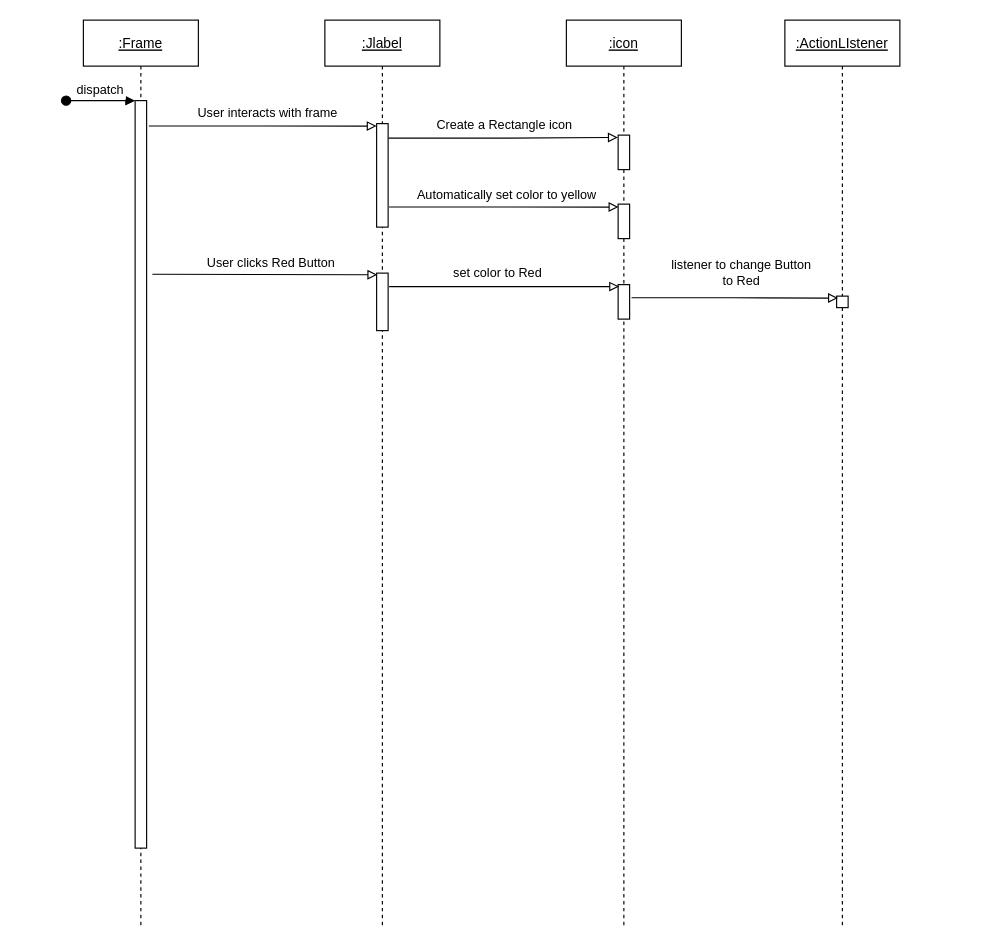
The draw.io diagram page "sequence_diagram" (2 of 2) of H3/diagrams/HW3_Q4.2_diagram.drawio in naye1443/2022_Fall_coding_assignments, before the edit. Source tidied: cells renumbered, new cells numbered last; positions are measured from the earlier drawing's top-left corner, leaving out a move shared by most shapes. Both pictures are drawn from the tidied source at 115%, with x=0, y=0 at pixel (66, 20).
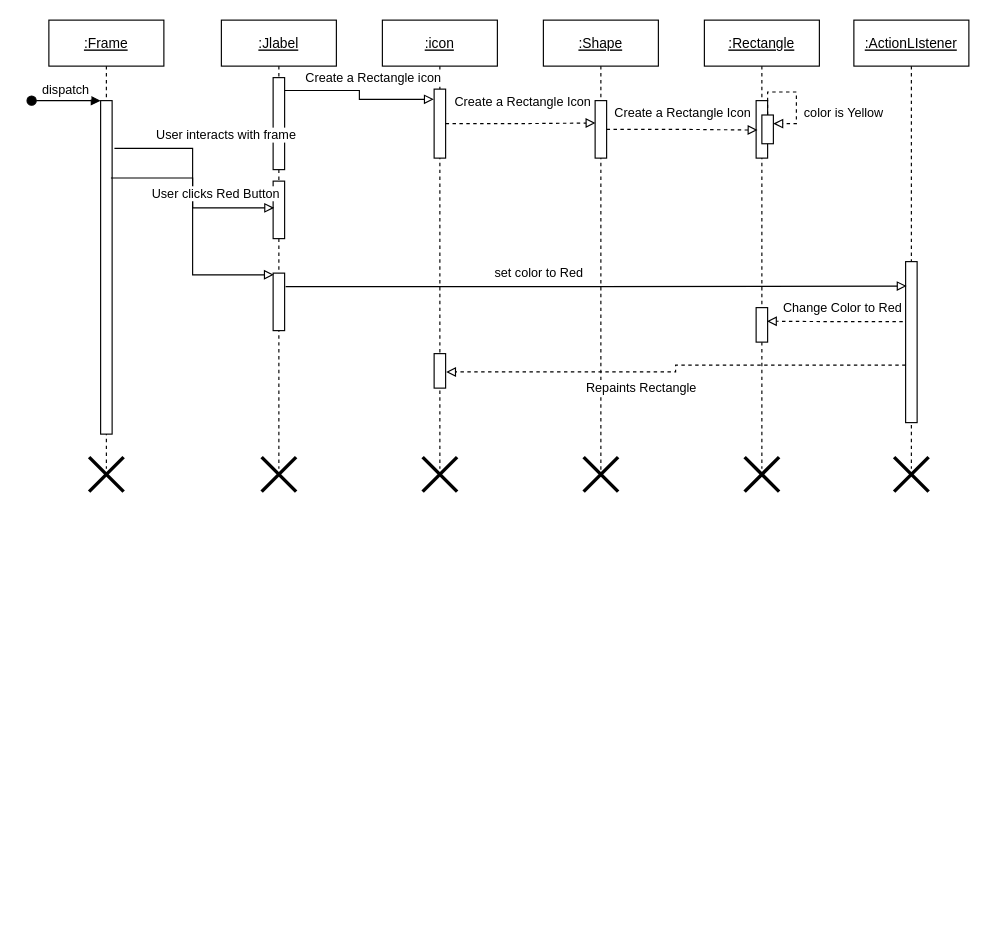
After the change.

Unchanged cells that the change refers to:
```xml
<mxCell id="7" style="points=[];perimeter=orthogonalPerimeter;rounded=0;shadow=0;strokeWidth=1;" parent="5" vertex="1">
  <mxGeometry x="45" y="220" width="10" height="50" as="geometry" />
</mxCell>
```

Change to the diagram source:
```diff
@@
     <mxCell id="2" value=":Frame" style="shape=umlLifeline;perimeter=lifelinePerimeter;rounded=0;shadow=0;strokeWidth=1;fontStyle=4;" parent="1" vertex="1">
-      <mxGeometry x="15" width="100" height="790" as="geometry" />
+      <mxGeometry x="-15" width="100" height="390" as="geometry" />
     </mxCell>
     <mxCell id="3" style="points=[];perimeter=orthogonalPerimeter;rounded=0;shadow=0;strokeWidth=1;" parent="2" vertex="1">
-      <mxGeometry x="45" y="70" width="10" height="650" as="geometry" />
+      <mxGeometry x="45" y="70" width="10" height="290" as="geometry" />
     </mxCell>
@@
     <mxCell id="5" value=":Jlabel" style="shape=umlLifeline;perimeter=lifelinePerimeter;rounded=0;shadow=0;strokeWidth=1;fontStyle=4;" parent="1" vertex="1">
-      <mxGeometry x="225" width="100" height="790" as="geometry" />
+      <mxGeometry x="135" width="100" height="390" as="geometry" />
     </mxCell>
     <mxCell id="6" style="points=[];perimeter=orthogonalPerimeter;rounded=0;shadow=0;strokeWidth=1;" parent="5" vertex="1">
-      <mxGeometry x="45" y="90" width="10" height="90" as="geometry" />
+      <mxGeometry x="45" y="50" width="10" height="80" as="geometry" />
     </mxCell>
@@
+    <mxCell id="26" style="points=[];perimeter=orthogonalPerimeter;rounded=0;shadow=0;strokeWidth=1;" parent="5" vertex="1">
+      <mxGeometry x="45" y="140" width="10" height="50" as="geometry" />
+    </mxCell>
     <mxCell id="8" value=":icon" style="shape=umlLifeline;perimeter=lifelinePerimeter;rounded=0;shadow=0;strokeWidth=1;fontStyle=4;" parent="1" vertex="1">
-      <mxGeometry x="435" width="100" height="790" as="geometry" />
+      <mxGeometry x="275" width="100" height="390" as="geometry" />
     </mxCell>
     <mxCell id="9" style="points=[];perimeter=orthogonalPerimeter;rounded=0;shadow=0;strokeWidth=1;" parent="8" vertex="1">
-      <mxGeometry x="45" y="100" width="10" height="30" as="geometry" />
+      <mxGeometry x="45" y="60" width="10" height="60" as="geometry" />
     </mxCell>
-    <mxCell id="10" style="points=[];perimeter=orthogonalPerimeter;rounded=0;shadow=0;strokeWidth=1;" parent="8" vertex="1">
-      <mxGeometry x="45" y="160" width="10" height="30" as="geometry" />
-    </mxCell>
     <mxCell id="11" style="points=[];perimeter=orthogonalPerimeter;rounded=0;shadow=0;strokeWidth=1;" parent="8" vertex="1">
-      <mxGeometry x="45" y="230" width="10" height="30" as="geometry" />
+      <mxGeometry x="45" y="290" width="10" height="30" as="geometry" />
     </mxCell>
     <mxCell id="12" value=":ActionLIstener" style="shape=umlLifeline;perimeter=lifelinePerimeter;rounded=0;shadow=0;strokeWidth=1;fontStyle=4;" parent="1" vertex="1">
-      <mxGeometry x="625" width="100" height="790" as="geometry" />
+      <mxGeometry x="685" width="100" height="390" as="geometry" />
     </mxCell>
     <mxCell id="13" style="points=[];perimeter=orthogonalPerimeter;rounded=0;shadow=0;strokeWidth=1;" parent="12" vertex="1">
-      <mxGeometry x="45" y="240" width="10" height="10" as="geometry" />
+      <mxGeometry x="45" y="210" width="10" height="140" as="geometry" />
     </mxCell>
-    <mxCell id="14" style="edgeStyle=orthogonalEdgeStyle;rounded=0;jettySize=auto;html=1;entryX=0;entryY=0.024;entryDx=0;entryDy=0;entryPerimeter=0;endArrow=block;endFill=0;exitX=1.2;exitY=0.034;exitDx=0;exitDy=0;exitPerimeter=0;" parent="1" edge="1" source="3" target="6">
+    <mxCell id="14" style="edgeStyle=orthogonalEdgeStyle;rounded=0;jettySize=auto;html=1;entryX=0.086;entryY=0.465;entryDx=0;entryDy=0;entryPerimeter=0;endArrow=block;endFill=0;exitX=1.2;exitY=0.143;exitDx=0;exitDy=0;exitPerimeter=0;" parent="1" edge="1" source="3" target="26">
       <mxGeometry relative="1" as="geometry" />
     </mxCell>
@@
-    <mxCell id="16" style="edgeStyle=orthogonalEdgeStyle;rounded=0;jettySize=auto;html=1;entryX=-0.029;entryY=0.067;entryDx=0;entryDy=0;entryPerimeter=0;endArrow=block;endFill=0;exitX=1.029;exitY=0.14;exitDx=0;exitDy=0;exitPerimeter=0;" parent="1" edge="1" source="6" target="9">
+    <mxCell id="16" style="edgeStyle=orthogonalEdgeStyle;rounded=0;jettySize=auto;html=1;entryX=-0.029;entryY=0.148;entryDx=0;entryDy=0;entryPerimeter=0;endArrow=block;endFill=0;exitX=1.029;exitY=0.14;exitDx=0;exitDy=0;exitPerimeter=0;" parent="1" edge="1" source="6" target="9">
       <mxGeometry relative="1" as="geometry" />
     </mxCell>
@@
-    <mxCell id="18" style="edgeStyle=orthogonalEdgeStyle;rounded=0;jettySize=auto;html=1;entryX=0.057;entryY=0.029;entryDx=0;entryDy=0;entryPerimeter=0;endArrow=block;endFill=0;" parent="1" edge="1" target="7">
-      <mxGeometry relative="1" as="geometry">
-        <mxPoint x="75" y="221" as="sourcePoint" />
-      </mxGeometry>
+    <mxCell id="18" style="edgeStyle=orthogonalEdgeStyle;rounded=0;jettySize=auto;html=1;entryX=0.057;entryY=0.029;entryDx=0;entryDy=0;entryPerimeter=0;endArrow=block;endFill=0;exitX=0.895;exitY=0.232;exitDx=0;exitDy=0;exitPerimeter=0;" parent="1" edge="1" source="3" target="7">
+      <mxGeometry relative="1" as="geometry" />
     </mxCell>
@@
-    <mxCell id="20" style="edgeStyle=orthogonalEdgeStyle;rounded=0;jettySize=auto;html=1;entryX=0.029;entryY=0.086;entryDx=0;entryDy=0;entryPerimeter=0;endArrow=block;endFill=0;exitX=1.086;exitY=0.806;exitDx=0;exitDy=0;exitPerimeter=0;" parent="1" edge="1" source="6" target="10">
-      <mxGeometry relative="1" as="geometry" />
-    </mxCell>
-    <mxCell id="21" value="Automatically set color to yellow" style="edgeLabel;html=1;align=center;verticalAlign=middle;" parent="20" vertex="1">
-      <mxGeometry x="-0.25" y="1" relative="1" as="geometry">
-        <mxPoint x="27" y="-10" as="offset" />
-      </mxGeometry>
-    </mxCell>
-    <mxCell id="22" style="edgeStyle=orthogonalEdgeStyle;rounded=0;jettySize=auto;html=1;entryX=0.086;entryY=0.057;entryDx=0;entryDy=0;entryPerimeter=0;endArrow=block;endFill=0;exitX=1.086;exitY=0.234;exitDx=0;exitDy=0;exitPerimeter=0;" parent="1" edge="1" source="7" target="11">
+    <mxCell id="22" style="edgeStyle=orthogonalEdgeStyle;rounded=0;jettySize=auto;html=1;entryX=0.086;entryY=0.152;entryDx=0;entryDy=0;entryPerimeter=0;endArrow=block;endFill=0;exitX=1.086;exitY=0.234;exitDx=0;exitDy=0;exitPerimeter=0;" parent="1" edge="1" source="7" target="13">
       <mxGeometry relative="1" as="geometry" />
     </mxCell>
@@
-    <mxCell id="24" style="edgeStyle=orthogonalEdgeStyle;rounded=0;jettySize=auto;html=1;entryX=0.114;entryY=0.171;entryDx=0;entryDy=0;entryPerimeter=0;endArrow=block;endFill=0;exitX=1.171;exitY=0.381;exitDx=0;exitDy=0;exitPerimeter=0;" parent="1" edge="1" source="11" target="13">
-      <mxGeometry relative="1" as="geometry" />
-    </mxCell>
-    <mxCell id="25" value="listener to change Button&lt;br&gt;to Red" style="edgeLabel;html=1;align=center;verticalAlign=middle;" parent="24" vertex="1">
-      <mxGeometry x="-0.21" y="2" relative="1" as="geometry">
-        <mxPoint x="24" y="-20" as="offset" />
-      </mxGeometry>
-    </mxCell>
+    <mxCell id="27" value=":Rectangle" style="shape=umlLifeline;perimeter=lifelinePerimeter;rounded=0;shadow=0;strokeWidth=1;fontStyle=4;" parent="1" vertex="1">
+      <mxGeometry x="555" width="100" height="390" as="geometry" />
+    </mxCell>
+    <mxCell id="28" style="points=[];perimeter=orthogonalPerimeter;rounded=0;shadow=0;strokeWidth=1;" parent="27" vertex="1">
+      <mxGeometry x="45" y="70" width="10" height="50" as="geometry" />
+    </mxCell>
+    <mxCell id="29" style="html=1;points=[];perimeter=orthogonalPerimeter;" parent="27" vertex="1">
+      <mxGeometry x="50" y="82.5" width="10" height="25" as="geometry" />
+    </mxCell>
+    <mxCell id="30" style="edgeStyle=orthogonalEdgeStyle;rounded=0;orthogonalLoop=1;jettySize=auto;html=1;entryX=1;entryY=0.3;entryDx=0;entryDy=0;entryPerimeter=0;dashed=1;endArrow=block;endFill=0;" parent="27" edge="1" source="29" target="29">
+      <mxGeometry relative="1" as="geometry" />
+    </mxCell>
+    <mxCell id="31" value="color is Yellow" style="edgeLabel;html=1;align=center;verticalAlign=middle;" parent="30" vertex="1">
+      <mxGeometry x="0.15" y="1" relative="1" as="geometry">
+        <mxPoint x="39" y="10" as="offset" />
+      </mxGeometry>
+    </mxCell>
+    <mxCell id="32" style="points=[];perimeter=orthogonalPerimeter;rounded=0;shadow=0;strokeWidth=1;" parent="27" vertex="1">
+      <mxGeometry x="45" y="250" width="10" height="30" as="geometry" />
+    </mxCell>
+    <mxCell id="33" value=":Shape" style="shape=umlLifeline;perimeter=lifelinePerimeter;rounded=0;shadow=0;strokeWidth=1;fontStyle=4;" parent="1" vertex="1">
+      <mxGeometry x="415" width="100" height="400" as="geometry" />
+    </mxCell>
+    <mxCell id="34" style="points=[];perimeter=orthogonalPerimeter;rounded=0;shadow=0;strokeWidth=1;" parent="33" vertex="1">
+      <mxGeometry x="45" y="70" width="10" height="50" as="geometry" />
+    </mxCell>
+    <mxCell id="35" style="shape=umlDestroy;whiteSpace=wrap;html=1;strokeWidth=3;strokeColor=default;" parent="33" vertex="1">
+      <mxGeometry x="35" y="380" width="30" height="30" as="geometry" />
+    </mxCell>
+    <mxCell id="36" style="edgeStyle=orthogonalEdgeStyle;rounded=0;jettySize=auto;html=1;entryX=0.029;entryY=0.389;entryDx=0;entryDy=0;entryPerimeter=0;dashed=1;endArrow=block;endFill=0;" parent="1" edge="1" source="9" target="34">
+      <mxGeometry relative="1" as="geometry" />
+    </mxCell>
+    <mxCell id="37" value="Create a Rectangle Icon" style="edgeLabel;html=1;align=center;verticalAlign=middle;" parent="36" vertex="1">
+      <mxGeometry x="-0.17" relative="1" as="geometry">
+        <mxPoint x="12" y="-20" as="offset" />
+      </mxGeometry>
+    </mxCell>
+    <mxCell id="38" style="edgeStyle=orthogonalEdgeStyle;rounded=0;jettySize=auto;html=1;entryX=0.12;entryY=0.512;entryDx=0;entryDy=0;entryPerimeter=0;dashed=1;endArrow=block;endFill=0;" parent="1" edge="1" source="34" target="28">
+      <mxGeometry relative="1" as="geometry" />
+    </mxCell>
+    <mxCell id="39" style="edgeLabel;html=1;align=center;verticalAlign=middle;" parent="38" vertex="1">
+      <mxGeometry x="-0.17" y="3" relative="1" as="geometry" />
+    </mxCell>
+    <mxCell id="40" style="edgeLabel;html=1;align=center;verticalAlign=middle;" parent="38" vertex="1">
+      <mxGeometry x="0.18" relative="1" as="geometry" />
+    </mxCell>
+    <mxCell id="41" value="Create a Rectangle Icon" style="edgeLabel;html=1;align=center;verticalAlign=middle;" parent="38" vertex="1">
+      <mxGeometry x="-0.23" y="-2" relative="1" as="geometry">
+        <mxPoint x="14" y="-17" as="offset" />
+      </mxGeometry>
+    </mxCell>
+    <mxCell id="42" style="edgeStyle=orthogonalEdgeStyle;rounded=0;jettySize=auto;html=1;entryX=0.943;entryY=0.394;entryDx=0;entryDy=0;entryPerimeter=0;dashed=1;endArrow=block;endFill=0;exitX=-0.248;exitY=0.373;exitDx=0;exitDy=0;exitPerimeter=0;" parent="1" edge="1" source="13" target="32">
+      <mxGeometry relative="1" as="geometry" />
+    </mxCell>
+    <mxCell id="43" value="Change Color to Red" style="edgeLabel;html=1;align=center;verticalAlign=middle;" parent="42" vertex="1">
+      <mxGeometry x="0.33" y="1" relative="1" as="geometry">
+        <mxPoint x="26" y="-13" as="offset" />
+      </mxGeometry>
+    </mxCell>
+    <mxCell id="44" style="edgeStyle=orthogonalEdgeStyle;rounded=0;jettySize=auto;html=1;dashed=1;endArrow=block;endFill=0;entryX=1.046;entryY=0.531;entryDx=0;entryDy=0;entryPerimeter=0;" parent="1" edge="1" source="13" target="11">
+      <mxGeometry relative="1" as="geometry">
+        <Array as="points">
+          <mxPoint x="530" y="300" />
+          <mxPoint x="530" y="306" />
+        </Array>
+      </mxGeometry>
+    </mxCell>
+    <mxCell id="45" value="Repaints Rectangle" style="edgeLabel;html=1;align=center;verticalAlign=middle;" parent="44" vertex="1">
+      <mxGeometry x="0.27" relative="1" as="geometry">
+        <mxPoint x="21" y="14" as="offset" />
+      </mxGeometry>
+    </mxCell>
+    <mxCell id="46" style="shape=umlDestroy;whiteSpace=wrap;html=1;strokeWidth=3;strokeColor=default;" parent="1" vertex="1">
+      <mxGeometry x="20" y="380" width="30" height="30" as="geometry" />
+    </mxCell>
+    <mxCell id="47" style="shape=umlDestroy;whiteSpace=wrap;html=1;strokeWidth=3;strokeColor=default;" parent="1" vertex="1">
+      <mxGeometry x="310" y="380" width="30" height="30" as="geometry" />
+    </mxCell>
+    <mxCell id="48" style="shape=umlDestroy;whiteSpace=wrap;html=1;strokeWidth=3;strokeColor=default;" parent="1" vertex="1">
+      <mxGeometry x="590" y="380" width="30" height="30" as="geometry" />
+    </mxCell>
+    <mxCell id="49" style="shape=umlDestroy;whiteSpace=wrap;html=1;strokeWidth=3;strokeColor=default;" parent="1" vertex="1">
+      <mxGeometry x="170" y="380" width="30" height="30" as="geometry" />
+    </mxCell>
+    <mxCell id="50" style="shape=umlDestroy;whiteSpace=wrap;html=1;strokeWidth=3;strokeColor=default;" parent="1" vertex="1">
+      <mxGeometry x="720" y="380" width="30" height="30" as="geometry" />
+    </mxCell>
```
